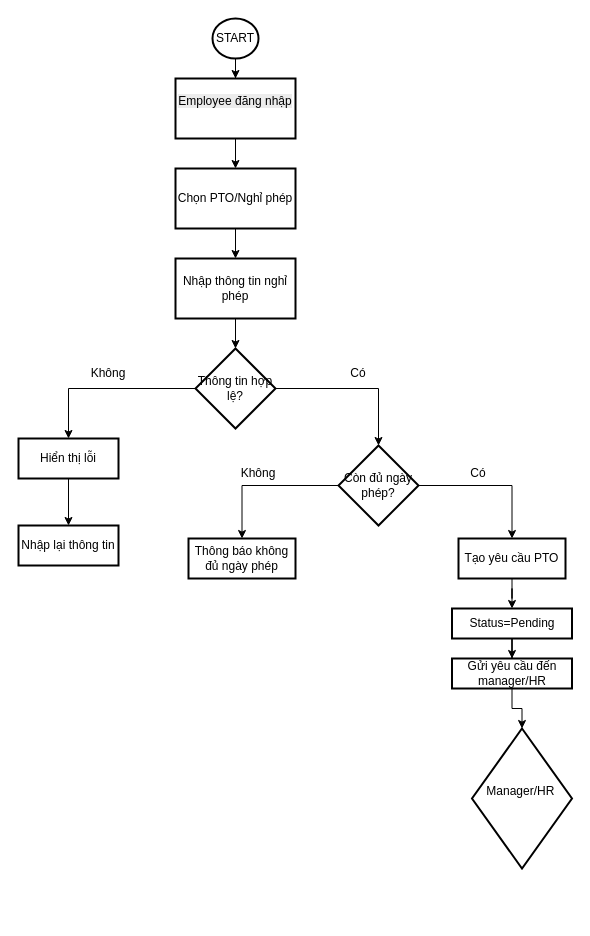
Before: Flow PTO.drawio in gihan160306/HRFlow, a draw.io diagram. Source tidied: cells renumbered, new cells numbered last; positions are measured from the earlier drawing's top-left corner, leaving out a move shared by most shapes. Both pictures are drawn from the tidied source at 100%, with x=0, y=0 at pixel (18, 18).
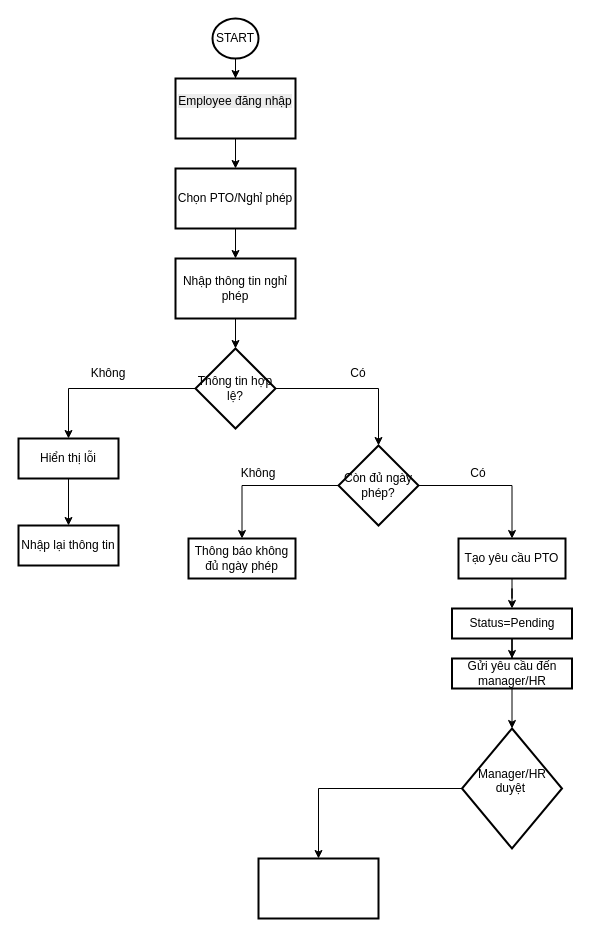
The same page after the edit.

Commit message:
Cập nhật Flow PTO.drawio

Diff of the diagram source:
```diff
@@
+    <mxCell id="31" style="edgeStyle=orthogonalEdgeStyle;rounded=0;jettySize=auto;html=1;" parent="1" edge="1" source="30" target="32">
+      <mxGeometry relative="1" as="geometry" />
+    </mxCell>
-    <mxCell id="30" value="Manager/HR&amp;nbsp;&lt;div&gt;&lt;br/&gt;&lt;/div&gt;" style="rhombus;whiteSpace=wrap;html=1;shapeInside=1;strokeWidth=2;rounded=0;" parent="1" vertex="1">
-      <mxGeometry x="453.5" y="710" width="100" height="140" as="geometry" />
+    <mxCell id="30" value="Manager/HR duyệt&amp;nbsp;&lt;div&gt;&lt;br&gt;&lt;/div&gt;" style="rhombus;whiteSpace=wrap;html=1;shapeInside=1;strokeWidth=2;rounded=0;" parent="1" vertex="1">
+      <mxGeometry x="443.5" y="710" width="100" height="120" as="geometry" />
     </mxCell>
+    <mxCell id="32" style="whiteSpace=wrap;html=1;strokeWidth=2;rounded=0;" parent="1" vertex="1">
+      <mxGeometry x="240" y="840" width="120" height="60" as="geometry" />
+    </mxCell>
```
